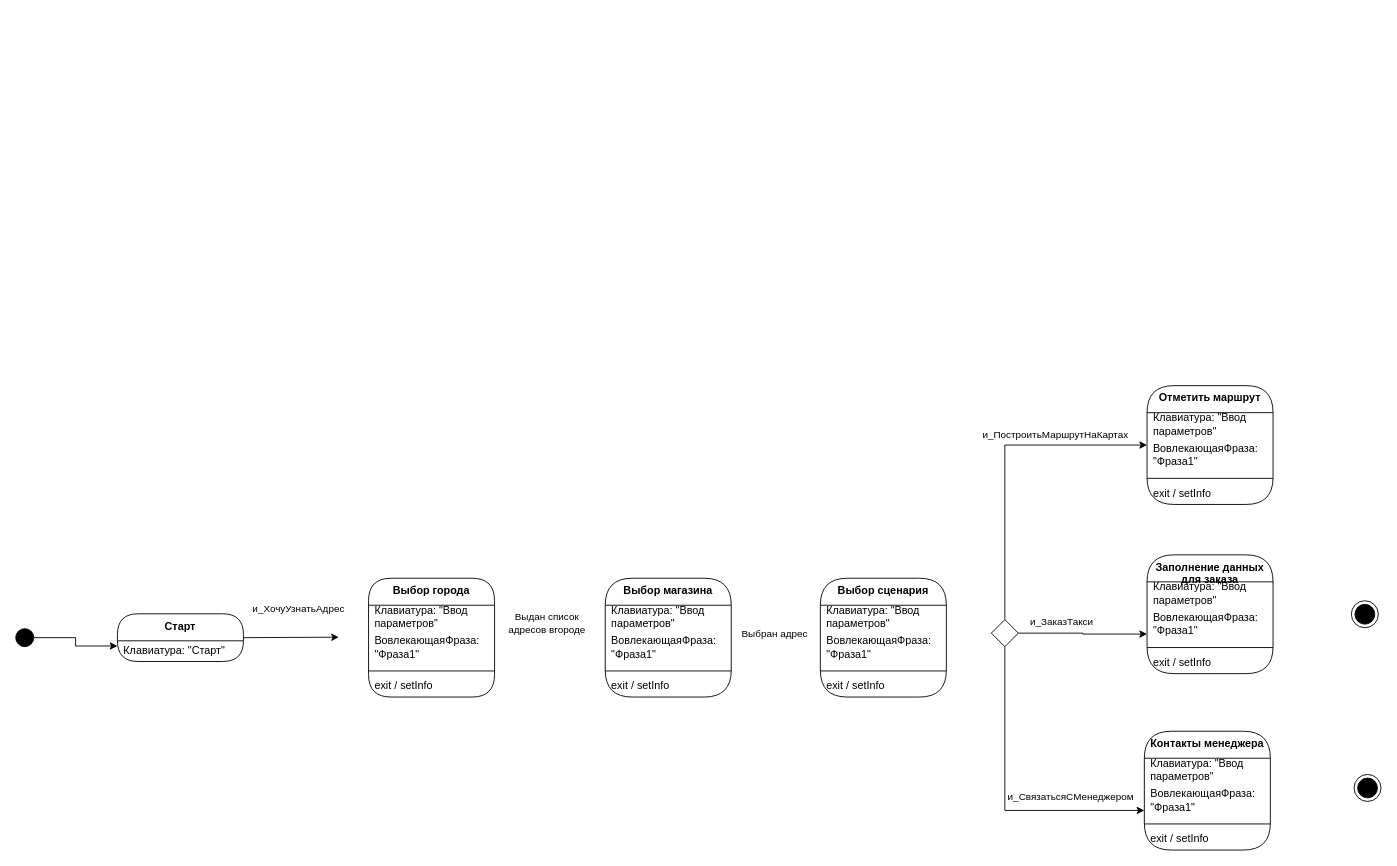
The draw.io diagram page "Сценарий4" (4 of 5) of ai_assistent.drawio in careock/aiassistant, before the edit. Source tidied: cells renumbered, new cells numbered last; positions are measured from the earlier drawing's top-left corner, leaving out a move shared by most shapes. Both pictures are drawn from the tidied source at 90%, with x=0, y=0 at pixel (15, 15).
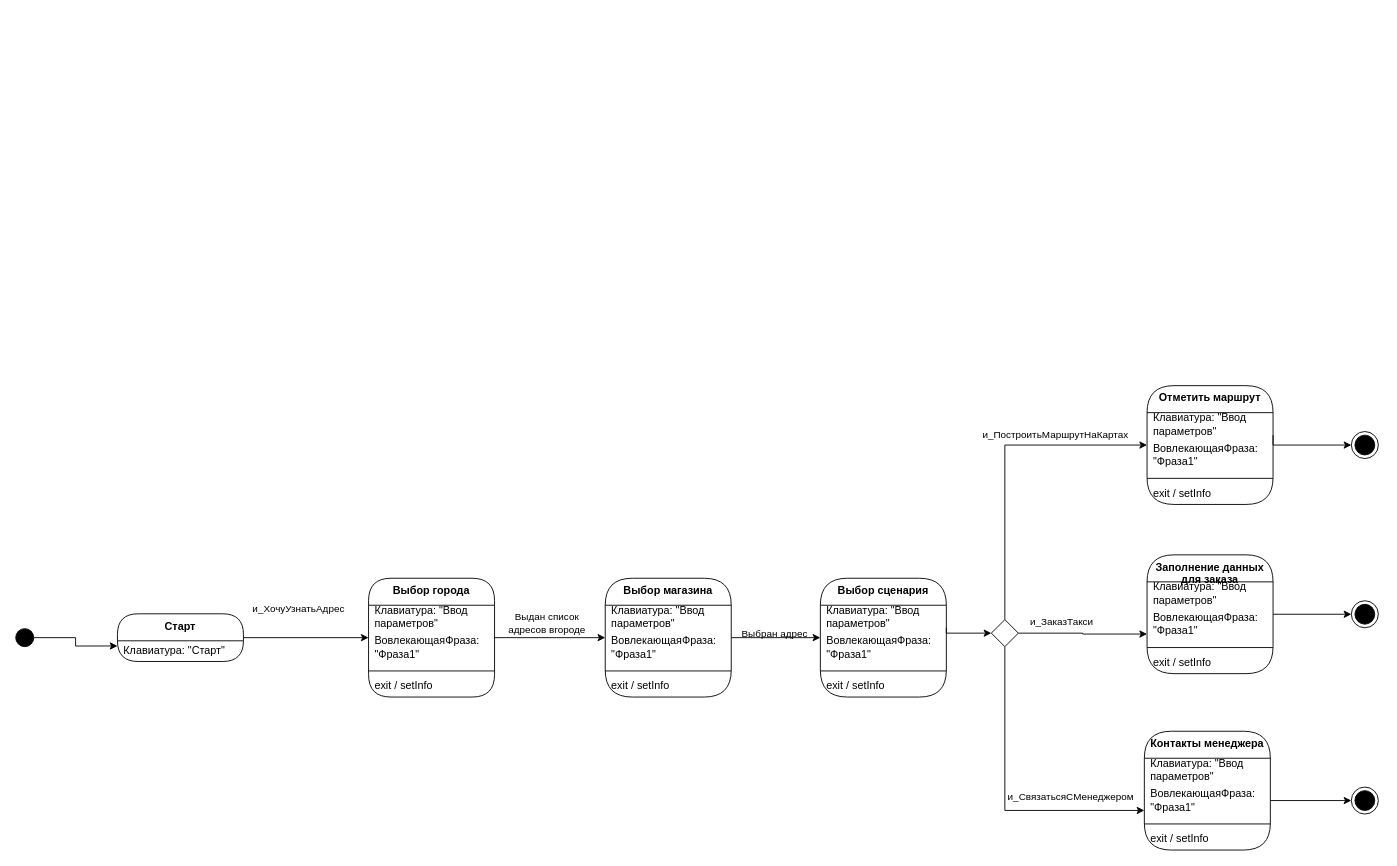
Above is the later version.

Unchanged cells that the change refers to:
```xml
<mxCell id="3" value="&lt;b&gt;Старт&lt;/b&gt;" style="swimlane;fontStyle=0;align=center;verticalAlign=top;horizontal=1;startSize=30;html=1;rounded=1;absoluteArcSize=1;arcSize=50;whiteSpace=wrap;" parent="1" vertex="1">
  <mxGeometry x="113" y="664.5" width="140" height="53" as="geometry" />
</mxCell>
<mxCell id="10" value="ВовлекающаяФраза: &quot;Фраза1&quot;" style="fillColor=none;strokeColor=none;align=left;verticalAlign=middle;spacingLeft=5;whiteSpace=wrap;html=1;" parent="8" vertex="1">
  <mxGeometry y="55" width="140" height="44" as="geometry" />
</mxCell>
<mxCell id="15" value="ВовлекающаяФраза: &quot;Фраза1&quot;" style="fillColor=none;strokeColor=none;align=left;verticalAlign=middle;spacingLeft=5;whiteSpace=wrap;html=1;" parent="13" vertex="1">
  <mxGeometry y="55" width="140" height="44" as="geometry" />
</mxCell>
<mxCell id="21" value="ВовлекающаяФраза: &quot;Фраза1&quot;" style="fillColor=none;strokeColor=none;align=left;verticalAlign=middle;spacingLeft=5;whiteSpace=wrap;html=1;" parent="19" vertex="1">
  <mxGeometry y="55" width="140" height="44" as="geometry" />
</mxCell>
<mxCell id="27" value="ВовлекающаяФраза: &quot;Фраза1&quot;" style="fillColor=none;strokeColor=none;align=left;verticalAlign=middle;spacingLeft=5;whiteSpace=wrap;html=1;" parent="25" vertex="1">
  <mxGeometry y="55" width="140" height="44" as="geometry" />
</mxCell>
<mxCell id="33" style="rhombus;whiteSpace=wrap;html=1;" parent="1" vertex="1">
  <mxGeometry x="1084" y="671" width="30" height="30" as="geometry" />
</mxCell>
<mxCell id="36" value="ВовлекающаяФраза: &quot;Фраза1&quot;" style="fillColor=none;strokeColor=none;align=left;verticalAlign=middle;spacingLeft=5;whiteSpace=wrap;html=1;" parent="34" vertex="1">
  <mxGeometry y="55" width="140" height="44" as="geometry" />
</mxCell>
<mxCell id="41" value="ВовлекающаяФраза: &quot;Фраза1&quot;" style="fillColor=none;strokeColor=none;align=left;verticalAlign=middle;spacingLeft=5;whiteSpace=wrap;html=1;" parent="39" vertex="1">
  <mxGeometry y="55" width="140" height="44" as="geometry" />
</mxCell>
<mxCell id="46" style="ellipse;html=1;shape=endState;fillColor=strokeColor;" parent="1" vertex="1">
  <mxGeometry x="1484" y="650" width="30" height="30" as="geometry" />
</mxCell>
```

What changed in the source:
```diff
@@
-    <mxCell id="2" style="edgeStyle=orthogonalEdgeStyle;rounded=0;jettySize=auto;html=1;exitX=1;exitY=0.5;exitDx=0;exitDy=0;" parent="1" edge="1" source="3">
-      <mxGeometry relative="1" as="geometry">
-        <mxPoint x="359" y="690.5" as="targetPoint" />
-      </mxGeometry>
+    <mxCell id="2" style="edgeStyle=orthogonalEdgeStyle;rounded=0;jettySize=auto;html=1;exitX=1;exitY=0.5;exitDx=0;exitDy=0;entryX=0;entryY=0.25;entryDx=0;entryDy=0;" parent="1" edge="1" source="3" target="10">
+      <mxGeometry relative="1" as="geometry" />
     </mxCell>
@@
     <mxCell id="47" style="ellipse;html=1;shape=endState;fillColor=strokeColor;" parent="1" vertex="1">
-      <mxGeometry x="1487" y="843" width="30" height="30" as="geometry" />
+      <mxGeometry x="1484" y="857" width="30" height="30" as="geometry" />
     </mxCell>
@@
+    <mxCell id="49" style="edgeStyle=orthogonalEdgeStyle;rounded=0;jettySize=auto;html=1;exitX=1;exitY=0.25;exitDx=0;exitDy=0;entryX=0;entryY=0.25;entryDx=0;entryDy=0;" parent="1" edge="1" source="10" target="15">
+      <mxGeometry relative="1" as="geometry" />
+    </mxCell>
+    <mxCell id="50" style="edgeStyle=orthogonalEdgeStyle;rounded=0;jettySize=auto;html=1;exitX=1;exitY=0.25;exitDx=0;exitDy=0;entryX=0;entryY=0.25;entryDx=0;entryDy=0;" parent="1" edge="1" source="15" target="21">
+      <mxGeometry relative="1" as="geometry" />
+    </mxCell>
+    <mxCell id="51" style="edgeStyle=orthogonalEdgeStyle;rounded=0;jettySize=auto;html=1;exitX=1;exitY=0;exitDx=0;exitDy=0;entryX=0;entryY=0.5;entryDx=0;entryDy=0;" parent="1" edge="1" source="21" target="33">
+      <mxGeometry relative="1" as="geometry">
+        <Array as="points">
+          <mxPoint x="1034" y="686" />
+        </Array>
+      </mxGeometry>
+    </mxCell>
+    <mxCell id="52" style="edgeStyle=orthogonalEdgeStyle;rounded=0;jettySize=auto;html=1;exitX=1;exitY=0.25;exitDx=0;exitDy=0;entryX=0;entryY=0.5;entryDx=0;entryDy=0;" parent="1" edge="1" source="36" target="46">
+      <mxGeometry relative="1" as="geometry" />
+    </mxCell>
+    <mxCell id="53" style="ellipse;html=1;shape=endState;fillColor=strokeColor;" parent="1" vertex="1">
+      <mxGeometry x="1484" y="462" width="30" height="30" as="geometry" />
+    </mxCell>
+    <mxCell id="54" style="edgeStyle=orthogonalEdgeStyle;rounded=0;jettySize=auto;html=1;exitX=1;exitY=0;exitDx=0;exitDy=0;entryX=0;entryY=0.5;entryDx=0;entryDy=0;" parent="1" edge="1" source="41" target="53">
+      <mxGeometry relative="1" as="geometry">
+        <Array as="points">
+          <mxPoint x="1397" y="477" />
+        </Array>
+      </mxGeometry>
+    </mxCell>
+    <mxCell id="55" style="edgeStyle=orthogonalEdgeStyle;rounded=0;jettySize=auto;html=1;exitX=1;exitY=0.5;exitDx=0;exitDy=0;entryX=0;entryY=0.5;entryDx=0;entryDy=0;" parent="1" edge="1" source="27" target="47">
+      <mxGeometry relative="1" as="geometry" />
+    </mxCell>
```
